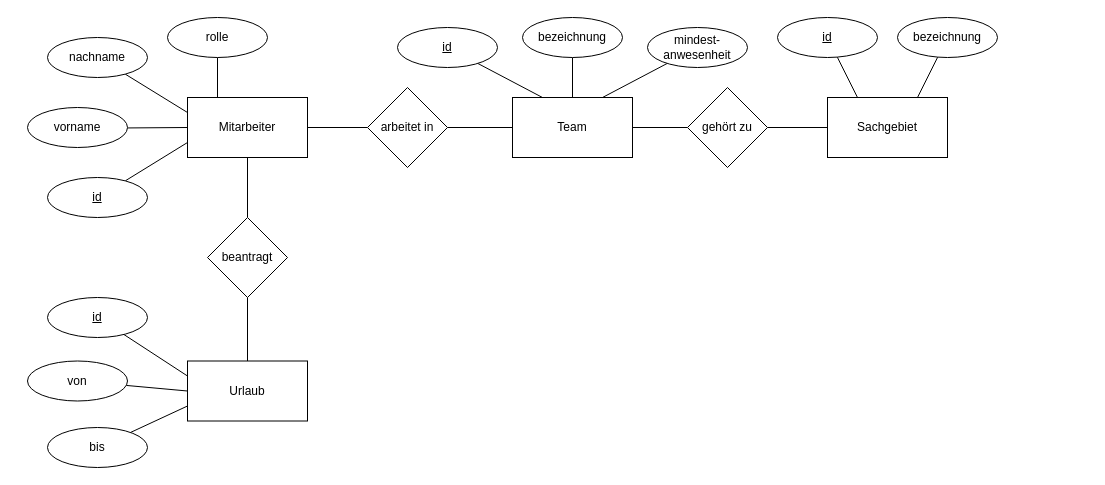
Above: designs/erm_hopla.drawio in CodaCodalis/holiday-leave-planner (draw.io), before the change. Source tidied: cells renumbered, new cells numbered last; positions are measured from the earlier drawing's top-left corner, leaving out a move shared by most shapes. Both pictures are drawn from the tidied source at 100%, with x=0, y=0 at pixel (27, 17).
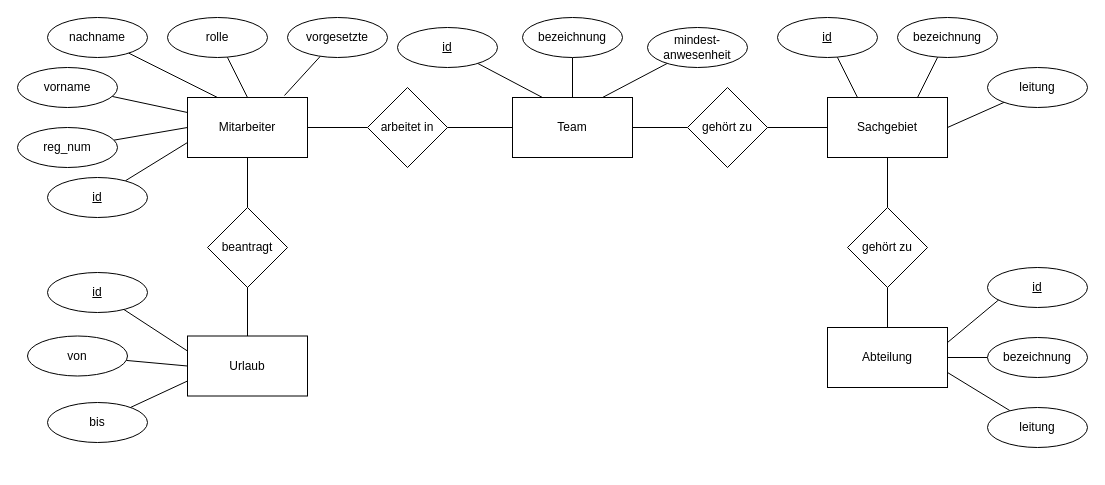
Above is the later version.

The change refers to these unchanged cells:
```xml
<mxCell id="4" value="Mitarbeiter" style="rounded=0;whiteSpace=wrap;html=1;" parent="1" vertex="1">
  <mxGeometry x="160" y="80" width="120" height="60" as="geometry" />
</mxCell>
<mxCell id="18" value="Sachgebiet" style="rounded=0;whiteSpace=wrap;html=1;" parent="1" vertex="1">
  <mxGeometry x="800" y="80" width="120" height="60" as="geometry" />
</mxCell>
<mxCell id="27" value="rolle" style="ellipse;whiteSpace=wrap;html=1;" parent="1" vertex="1">
  <mxGeometry x="140" width="100" height="40" as="geometry" />
</mxCell>
```

Diff of the diagram source:
```diff
@@
+    <mxCell id="39" style="rounded=0;jettySize=auto;html=1;entryX=0.5;entryY=0;entryDx=0;entryDy=0;endArrow=none;endFill=0;exitX=1;exitY=0.25;exitDx=0;exitDy=0;" parent="1" edge="1" source="44" target="41">
+      <mxGeometry relative="1" as="geometry" />
+    </mxCell>
@@
-    <mxCell id="8" style="rounded=0;jettySize=auto;html=1;entryX=0;entryY=0.5;entryDx=0;entryDy=0;endArrow=none;endFill=0;" parent="1" edge="1" source="9" target="4">
+    <mxCell id="8" style="rounded=0;jettySize=auto;html=1;entryX=0;entryY=0.25;entryDx=0;entryDy=0;endArrow=none;endFill=0;" parent="1" edge="1" source="9" target="4">
       <mxGeometry relative="1" as="geometry" />
     </mxCell>
     <mxCell id="9" value="vorname" style="ellipse;whiteSpace=wrap;html=1;" parent="1" vertex="1">
-      <mxGeometry y="90" width="100" height="40" as="geometry" />
+      <mxGeometry x="-10" y="50" width="100" height="40" as="geometry" />
     </mxCell>
@@
-    <mxCell id="12" style="edgeStyle=none;rounded=0;jettySize=auto;html=1;entryX=0;entryY=0.25;entryDx=0;entryDy=0;endArrow=none;endFill=0;" parent="1" edge="1" source="13" target="4">
+    <mxCell id="12" style="edgeStyle=none;rounded=0;jettySize=auto;html=1;entryX=0.25;entryY=0;entryDx=0;entryDy=0;endArrow=none;endFill=0;" parent="1" edge="1" source="13" target="4">
       <mxGeometry relative="1" as="geometry" />
     </mxCell>
     <mxCell id="13" value="nachname" style="ellipse;whiteSpace=wrap;html=1;" parent="1" vertex="1">
-      <mxGeometry x="20" y="20" width="100" height="40" as="geometry" />
+      <mxGeometry x="20" width="100" height="40" as="geometry" />
     </mxCell>
@@
+    <mxCell id="40" style="edgeStyle=none;rounded=0;jettySize=auto;html=1;entryX=0.5;entryY=0;entryDx=0;entryDy=0;endArrow=none;endFill=0;" parent="1" edge="1" source="18" target="46">
+      <mxGeometry relative="1" as="geometry" />
+    </mxCell>
@@
-    <mxCell id="26" style="edgeStyle=none;rounded=0;jettySize=auto;html=1;entryX=0.25;entryY=0;entryDx=0;entryDy=0;endArrow=none;endFill=0;" parent="1" edge="1" source="27" target="4">
+    <mxCell id="26" style="edgeStyle=none;rounded=0;jettySize=auto;html=1;entryX=0.5;entryY=0;entryDx=0;entryDy=0;endArrow=none;endFill=0;" parent="1" edge="1" source="27" target="4">
       <mxGeometry relative="1" as="geometry" />
     </mxCell>
@@
     <mxCell id="28" value="Urlaub" style="rounded=0;whiteSpace=wrap;html=1;" parent="1" vertex="1">
-      <mxGeometry x="160" y="343.5" width="120" height="60" as="geometry" />
+      <mxGeometry x="160" y="318.5" width="120" height="60" as="geometry" />
     </mxCell>
-    <mxCell id="29" style="edgeStyle=none;rounded=0;jettySize=auto;html=1;entryX=0.5;entryY=0;entryDx=0;entryDy=0;endArrow=none;endFill=0;" parent="1" edge="1" source="30" target="28">
-      <mxGeometry relative="1" as="geometry" />
+    <mxCell id="29" style="edgeStyle=none;rounded=0;jettySize=auto;html=1;entryX=0.5;entryY=0;entryDx=0;entryDy=0;endArrow=none;endFill=0;" parent="1" edge="1" target="28">
+      <mxGeometry relative="1" as="geometry">
+        <mxPoint x="220" y="255" as="sourcePoint" />
+      </mxGeometry>
     </mxCell>
     <mxCell id="30" value="beantragt" style="rhombus;whiteSpace=wrap;html=1;" parent="1" vertex="1">
-      <mxGeometry x="180" y="200" width="80" height="80" as="geometry" />
+      <mxGeometry x="180" y="190" width="80" height="80" as="geometry" />
     </mxCell>
@@
     <mxCell id="32" value="&lt;u&gt;id&lt;/u&gt;" style="ellipse;whiteSpace=wrap;html=1;" parent="1" vertex="1">
-      <mxGeometry x="20" y="280" width="100" height="40" as="geometry" />
+      <mxGeometry x="20" y="255" width="100" height="40" as="geometry" />
     </mxCell>
@@
     <mxCell id="34" value="von" style="ellipse;whiteSpace=wrap;html=1;" parent="1" vertex="1">
-      <mxGeometry y="343.5" width="100" height="40" as="geometry" />
+      <mxGeometry y="318.5" width="100" height="40" as="geometry" />
     </mxCell>
@@
     <mxCell id="36" value="bis" style="ellipse;whiteSpace=wrap;html=1;" parent="1" vertex="1">
-      <mxGeometry x="20" y="410" width="100" height="40" as="geometry" />
+      <mxGeometry x="20" y="385" width="100" height="40" as="geometry" />
     </mxCell>
@@
+    <mxCell id="41" value="&lt;u&gt;id&lt;/u&gt;" style="ellipse;whiteSpace=wrap;html=1;" parent="1" vertex="1">
+      <mxGeometry x="960" y="250" width="100" height="40" as="geometry" />
+    </mxCell>
+    <mxCell id="42" style="rounded=0;jettySize=auto;html=1;endArrow=none;endFill=0;entryX=1;entryY=0.5;entryDx=0;entryDy=0;" parent="1" edge="1" source="43" target="18">
+      <mxGeometry relative="1" as="geometry" />
+    </mxCell>
+    <mxCell id="43" value="leitung" style="ellipse;whiteSpace=wrap;html=1;" parent="1" vertex="1">
+      <mxGeometry x="960" y="50" width="100" height="40" as="geometry" />
+    </mxCell>
+    <mxCell id="44" value="Abteilung" style="rounded=0;whiteSpace=wrap;html=1;" parent="1" vertex="1">
+      <mxGeometry x="800" y="310" width="120" height="60" as="geometry" />
+    </mxCell>
+    <mxCell id="45" style="edgeStyle=none;rounded=0;jettySize=auto;html=1;entryX=0.5;entryY=0;entryDx=0;entryDy=0;endArrow=none;endFill=0;" parent="1" edge="1" source="46" target="44">
+      <mxGeometry relative="1" as="geometry" />
+    </mxCell>
+    <mxCell id="46" value="gehört zu" style="rhombus;whiteSpace=wrap;html=1;" parent="1" vertex="1">
+      <mxGeometry x="820" y="190" width="80" height="80" as="geometry" />
+    </mxCell>
+    <mxCell id="47" style="edgeStyle=none;rounded=0;jettySize=auto;html=1;entryX=1;entryY=0.5;entryDx=0;entryDy=0;endArrow=none;endFill=0;" parent="1" edge="1" source="48" target="44">
+      <mxGeometry relative="1" as="geometry" />
+    </mxCell>
+    <mxCell id="48" value="bezeichnung" style="ellipse;whiteSpace=wrap;html=1;" parent="1" vertex="1">
+      <mxGeometry x="960" y="320" width="100" height="40" as="geometry" />
+    </mxCell>
+    <mxCell id="49" style="edgeStyle=none;rounded=0;jettySize=auto;html=1;entryX=1;entryY=0.75;entryDx=0;entryDy=0;endArrow=none;endFill=0;" parent="1" edge="1" source="50" target="44">
+      <mxGeometry relative="1" as="geometry" />
+    </mxCell>
+    <mxCell id="50" value="leitung" style="ellipse;whiteSpace=wrap;html=1;" parent="1" vertex="1">
+      <mxGeometry x="960" y="390" width="100" height="40" as="geometry" />
+    </mxCell>
+    <mxCell id="51" style="edgeStyle=none;rounded=0;jettySize=auto;html=1;entryX=0.808;entryY=-0.033;entryDx=0;entryDy=0;endArrow=none;endFill=0;entryPerimeter=0;" parent="1" edge="1" source="52" target="4">
+      <mxGeometry relative="1" as="geometry" />
+    </mxCell>
+    <mxCell id="52" value="vorgesetzte" style="ellipse;whiteSpace=wrap;html=1;" parent="1" vertex="1">
+      <mxGeometry x="260" width="100" height="40" as="geometry" />
+    </mxCell>
+    <mxCell id="53" style="edgeStyle=none;rounded=0;jettySize=auto;html=1;entryX=0;entryY=0.5;entryDx=0;entryDy=0;endArrow=none;endFill=0;" parent="1" edge="1" source="54" target="4">
+      <mxGeometry relative="1" as="geometry" />
+    </mxCell>
+    <mxCell id="54" value="reg_num" style="ellipse;whiteSpace=wrap;html=1;" parent="1" vertex="1">
+      <mxGeometry x="-10" y="110" width="100" height="40" as="geometry" />
+    </mxCell>
```
